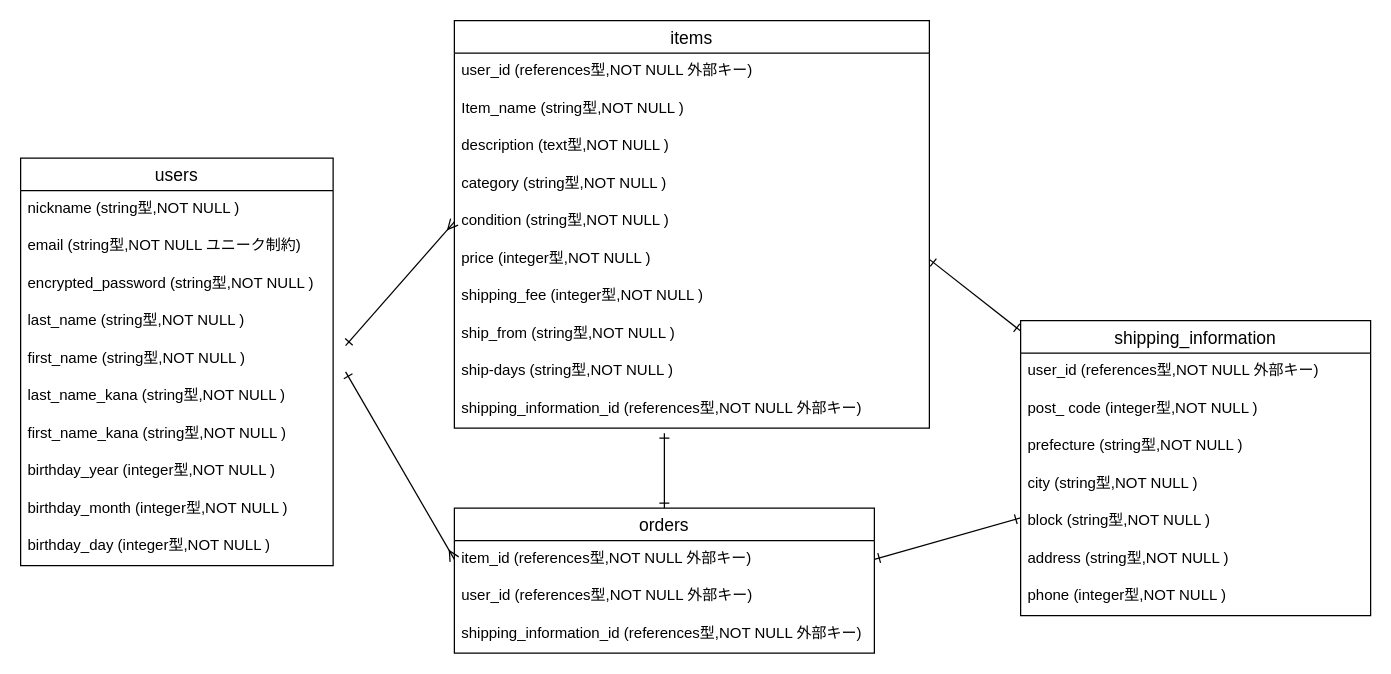
This is furima.dio from kotalo122/furima-38818, a draw.io file, before an edit. Source tidied: cells renumbered, new cells numbered last; positions are measured from the earlier drawing's top-left corner, leaving out a move shared by most shapes. Both pictures are drawn from the tidied source at 125%, with x=0, y=0 at pixel (20, 20).
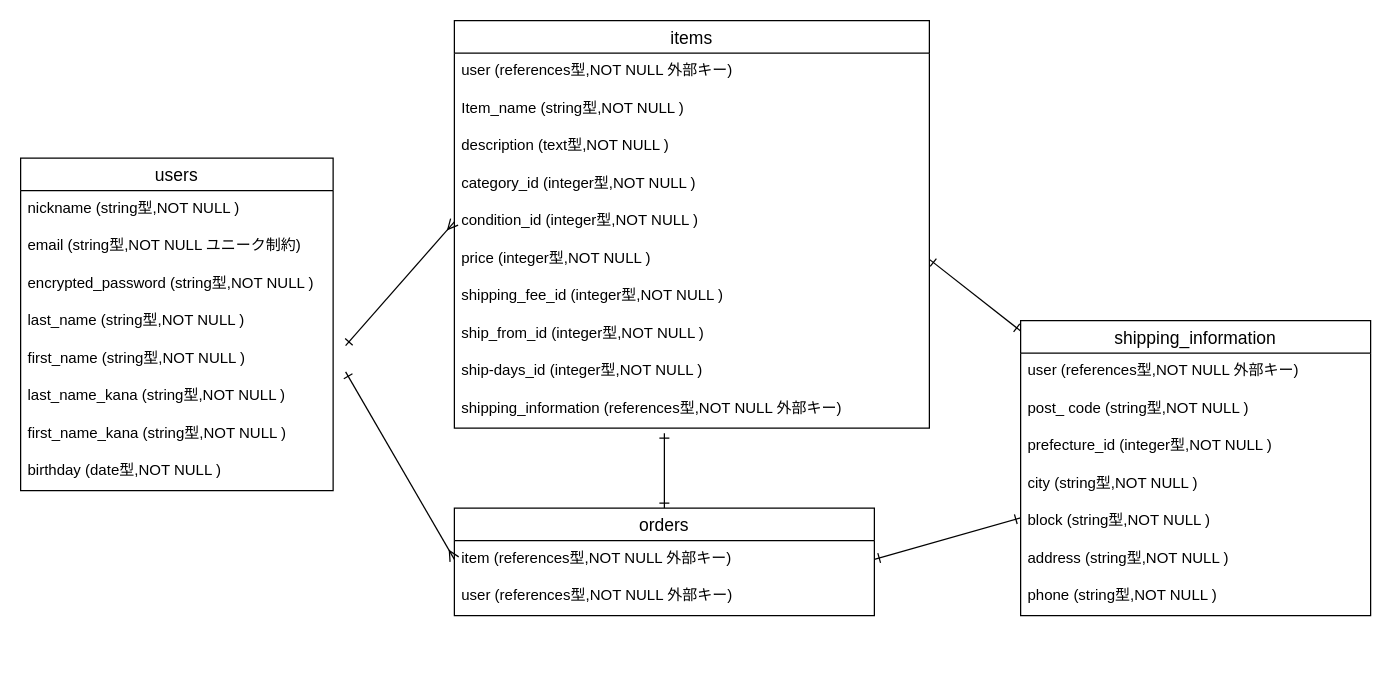
The same diagram, later.

Commit message (it also covers changes not shown here):
データベース設計２回目

The change refers to these unchanged cells:
```xml
<mxCell id="13" value="items" style="swimlane;fontStyle=0;horizontal=1;startSize=26;align=center;fontSize=14;" parent="1" vertex="1">
  <mxGeometry x="347" width="380" height="326" as="geometry" />
</mxCell>
<mxCell id="31" value="shipping_information" style="swimlane;fontStyle=0;horizontal=1;startSize=26;align=center;fontSize=14;" parent="1" vertex="1">
  <mxGeometry x="800" y="240" width="280" height="236" as="geometry" />
</mxCell>
```

Change to the diagram source:
```diff
@@
     <mxCell id="2" value="users" style="swimlane;fontStyle=0;horizontal=1;startSize=26;align=center;fontSize=14;" parent="1" vertex="1">
-      <mxGeometry y="110" width="250" height="326" as="geometry" />
+      <mxGeometry y="110" width="250" height="266" as="geometry" />
     </mxCell>
@@
-    <mxCell id="10" value="birthday_year (integer型,NOT NULL )" style="text;strokeColor=none;fillColor=none;spacingLeft=4;spacingRight=4;overflow=hidden;fontSize=12;" parent="2" vertex="1">
+    <mxCell id="10" value="birthday (date型,NOT NULL )" style="text;strokeColor=none;fillColor=none;spacingLeft=4;spacingRight=4;overflow=hidden;fontSize=12;" parent="2" vertex="1">
       <mxGeometry y="236" width="250" height="30" as="geometry" />
     </mxCell>
-    <mxCell id="11" value="birthday_month (integer型,NOT NULL )" style="text;strokeColor=none;fillColor=none;spacingLeft=4;spacingRight=4;overflow=hidden;fontSize=12;" parent="2" vertex="1">
-      <mxGeometry y="266" width="250" height="30" as="geometry" />
-    </mxCell>
-    <mxCell id="12" value="birthday_day (integer型,NOT NULL )&#10;" style="text;strokeColor=none;fillColor=none;spacingLeft=4;spacingRight=4;overflow=hidden;fontSize=12;" parent="2" vertex="1">
-      <mxGeometry y="296" width="250" height="30" as="geometry" />
-    </mxCell>
@@
-    <mxCell id="14" value="user_id (references型,NOT NULL 外部キー)" style="text;strokeColor=none;fillColor=none;spacingLeft=4;spacingRight=4;overflow=hidden;fontSize=12;" parent="13" vertex="1">
+    <mxCell id="14" value="user (references型,NOT NULL 外部キー)" style="text;strokeColor=none;fillColor=none;spacingLeft=4;spacingRight=4;overflow=hidden;fontSize=12;" parent="13" vertex="1">
       <mxGeometry y="26" width="380" height="30" as="geometry" />
     </mxCell>
@@
-    <mxCell id="17" value="category (string型,NOT NULL )" style="text;strokeColor=none;fillColor=none;spacingLeft=4;spacingRight=4;overflow=hidden;fontSize=12;" parent="13" vertex="1">
+    <mxCell id="17" value="category_id (integer型,NOT NULL )" style="text;strokeColor=none;fillColor=none;spacingLeft=4;spacingRight=4;overflow=hidden;fontSize=12;" parent="13" vertex="1">
       <mxGeometry y="116" width="380" height="30" as="geometry" />
     </mxCell>
-    <mxCell id="18" value="condition (string型,NOT NULL )" style="text;strokeColor=none;fillColor=none;spacingLeft=4;spacingRight=4;overflow=hidden;points=[[0,0.5],[1,0.5]];portConstraint=eastwest;fontSize=12;" parent="13" vertex="1">
+    <mxCell id="18" value="condition_id (integer型,NOT NULL )" style="text;strokeColor=none;fillColor=none;spacingLeft=4;spacingRight=4;overflow=hidden;points=[[0,0.5],[1,0.5]];portConstraint=eastwest;fontSize=12;" parent="13" vertex="1">
       <mxGeometry y="146" width="380" height="30" as="geometry" />
     </mxCell>
@@
-    <mxCell id="20" value="shipping_fee (integer型,NOT NULL )&#10;" style="text;strokeColor=none;fillColor=none;spacingLeft=4;spacingRight=4;overflow=hidden;fontSize=12;" parent="13" vertex="1">
+    <mxCell id="20" value="shipping_fee_id (integer型,NOT NULL )" style="text;strokeColor=none;fillColor=none;spacingLeft=4;spacingRight=4;overflow=hidden;fontSize=12;" parent="13" vertex="1">
       <mxGeometry y="206" width="380" height="30" as="geometry" />
     </mxCell>
-    <mxCell id="21" value="ship_from (string型,NOT NULL )" style="text;strokeColor=none;fillColor=none;spacingLeft=4;spacingRight=4;overflow=hidden;fontSize=12;" parent="13" vertex="1">
+    <mxCell id="21" value="ship_from_id (integer型,NOT NULL )" style="text;strokeColor=none;fillColor=none;spacingLeft=4;spacingRight=4;overflow=hidden;fontSize=12;" parent="13" vertex="1">
       <mxGeometry y="236" width="380" height="30" as="geometry" />
     </mxCell>
-    <mxCell id="22" value="ship-days (string型,NOT NULL )" style="text;strokeColor=none;fillColor=none;spacingLeft=4;spacingRight=4;overflow=hidden;fontSize=12;" parent="13" vertex="1">
+    <mxCell id="22" value="ship-days_id (integer型,NOT NULL )" style="text;strokeColor=none;fillColor=none;spacingLeft=4;spacingRight=4;overflow=hidden;fontSize=12;" parent="13" vertex="1">
       <mxGeometry y="266" width="380" height="30" as="geometry" />
     </mxCell>
-    <mxCell id="23" value="shipping_information_id (references型,NOT NULL 外部キー)" style="text;strokeColor=none;fillColor=none;spacingLeft=4;spacingRight=4;overflow=hidden;fontSize=12;" parent="13" vertex="1">
+    <mxCell id="23" value="shipping_information (references型,NOT NULL 外部キー)" style="text;strokeColor=none;fillColor=none;spacingLeft=4;spacingRight=4;overflow=hidden;fontSize=12;" parent="13" vertex="1">
       <mxGeometry y="296" width="380" height="30" as="geometry" />
     </mxCell>
@@
     <mxCell id="25" value="orders" style="swimlane;fontStyle=0;horizontal=1;startSize=26;align=center;fontSize=14;" parent="1" vertex="1">
-      <mxGeometry x="347" y="390" width="336" height="116" as="geometry" />
+      <mxGeometry x="347" y="390" width="336" height="86" as="geometry" />
     </mxCell>
-    <mxCell id="26" value="item_id (references型,NOT NULL 外部キー)" style="text;strokeColor=none;fillColor=none;spacingLeft=4;spacingRight=4;overflow=hidden;points=[[0,0.5],[1,0.5]];portConstraint=eastwest;fontSize=12;" parent="25" vertex="1">
+    <mxCell id="26" value="item (references型,NOT NULL 外部キー)" style="text;strokeColor=none;fillColor=none;spacingLeft=4;spacingRight=4;overflow=hidden;points=[[0,0.5],[1,0.5]];portConstraint=eastwest;fontSize=12;" parent="25" vertex="1">
       <mxGeometry y="26" width="336" height="30" as="geometry" />
     </mxCell>
-    <mxCell id="27" value="user_id (references型,NOT NULL 外部キー)" style="text;strokeColor=none;fillColor=none;spacingLeft=4;spacingRight=4;overflow=hidden;fontSize=12;" parent="25" vertex="1">
+    <mxCell id="27" value="user (references型,NOT NULL 外部キー)" style="text;strokeColor=none;fillColor=none;spacingLeft=4;spacingRight=4;overflow=hidden;fontSize=12;" parent="25" vertex="1">
       <mxGeometry y="56" width="336" height="30" as="geometry" />
     </mxCell>
-    <mxCell id="28" value="shipping_information_id (references型,NOT NULL 外部キー)" style="text;strokeColor=none;fillColor=none;spacingLeft=4;spacingRight=4;overflow=hidden;fontSize=12;" parent="25" vertex="1">
-      <mxGeometry y="86" width="336" height="30" as="geometry" />
-    </mxCell>
@@
-    <mxCell id="32" value="user_id (references型,NOT NULL 外部キー)" style="text;strokeColor=none;fillColor=none;spacingLeft=4;spacingRight=4;overflow=hidden;fontSize=12;" parent="31" vertex="1">
+    <mxCell id="32" value="user (references型,NOT NULL 外部キー)" style="text;strokeColor=none;fillColor=none;spacingLeft=4;spacingRight=4;overflow=hidden;fontSize=12;" parent="31" vertex="1">
       <mxGeometry y="26" width="280" height="30" as="geometry" />
     </mxCell>
-    <mxCell id="33" value="post_ code (integer型,NOT NULL )&#10;" style="text;strokeColor=none;fillColor=none;spacingLeft=4;spacingRight=4;overflow=hidden;fontSize=12;" parent="31" vertex="1">
+    <mxCell id="33" value="post_ code (string型,NOT NULL )&#10;" style="text;strokeColor=none;fillColor=none;spacingLeft=4;spacingRight=4;overflow=hidden;fontSize=12;" parent="31" vertex="1">
       <mxGeometry y="56" width="280" height="30" as="geometry" />
     </mxCell>
-    <mxCell id="34" value="prefecture (string型,NOT NULL )" style="text;strokeColor=none;fillColor=none;spacingLeft=4;spacingRight=4;overflow=hidden;fontSize=12;" parent="31" vertex="1">
+    <mxCell id="34" value="prefecture_id (integer型,NOT NULL )" style="text;strokeColor=none;fillColor=none;spacingLeft=4;spacingRight=4;overflow=hidden;fontSize=12;" parent="31" vertex="1">
       <mxGeometry y="86" width="280" height="30" as="geometry" />
     </mxCell>
@@
-    <mxCell id="38" value="phone (integer型,NOT NULL )&#10;" style="text;strokeColor=none;fillColor=none;spacingLeft=4;spacingRight=4;overflow=hidden;fontSize=12;" parent="31" vertex="1">
+    <mxCell id="38" value="phone (string型,NOT NULL )&#10;" style="text;strokeColor=none;fillColor=none;spacingLeft=4;spacingRight=4;overflow=hidden;fontSize=12;" parent="31" vertex="1">
       <mxGeometry y="206" width="280" height="30" as="geometry" />
     </mxCell>
```
